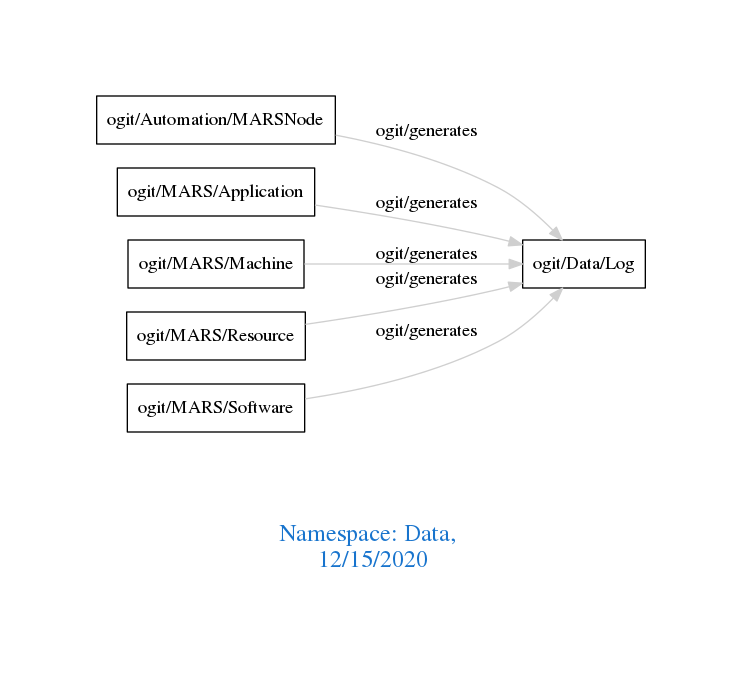
Earlier version of the Graphviz export downloads/Data.png (arago/OGIT). Its source is kept beside it as downloads/Data.dot.
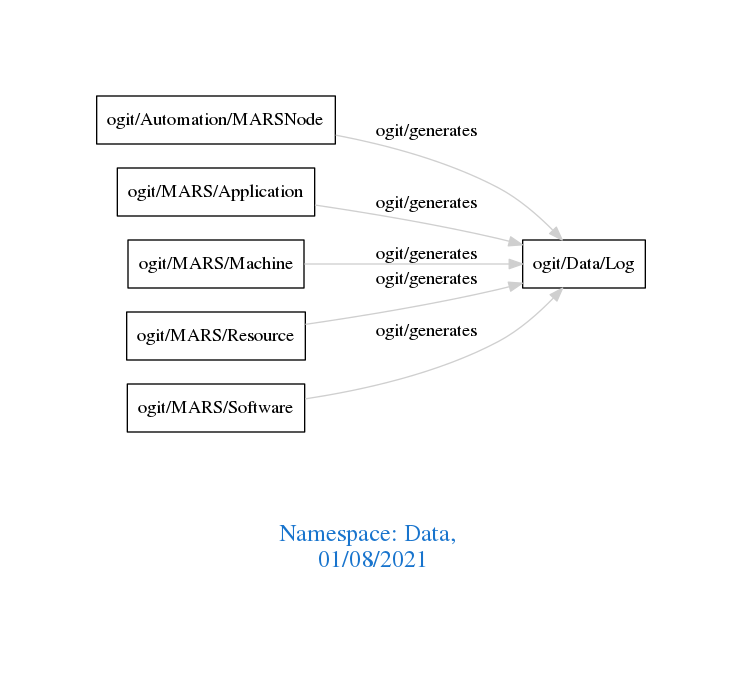
After the change.

What changed in the source:
```diff
@@ -1,7 +1,7 @@
 digraph OGIT_ontology {
  graph [ rankdir= LR,pad=1
 fontsize = 18,
-fontcolor= dodgerblue3,label = "\n\n\nNamespace: Data, \n 12/15/2020"];
+fontcolor= dodgerblue3,label = "\n\n\nNamespace: Data, \n 01/08/2021"];
 node[shape=polygon];
 edge [  color="gray81"];
 
```
